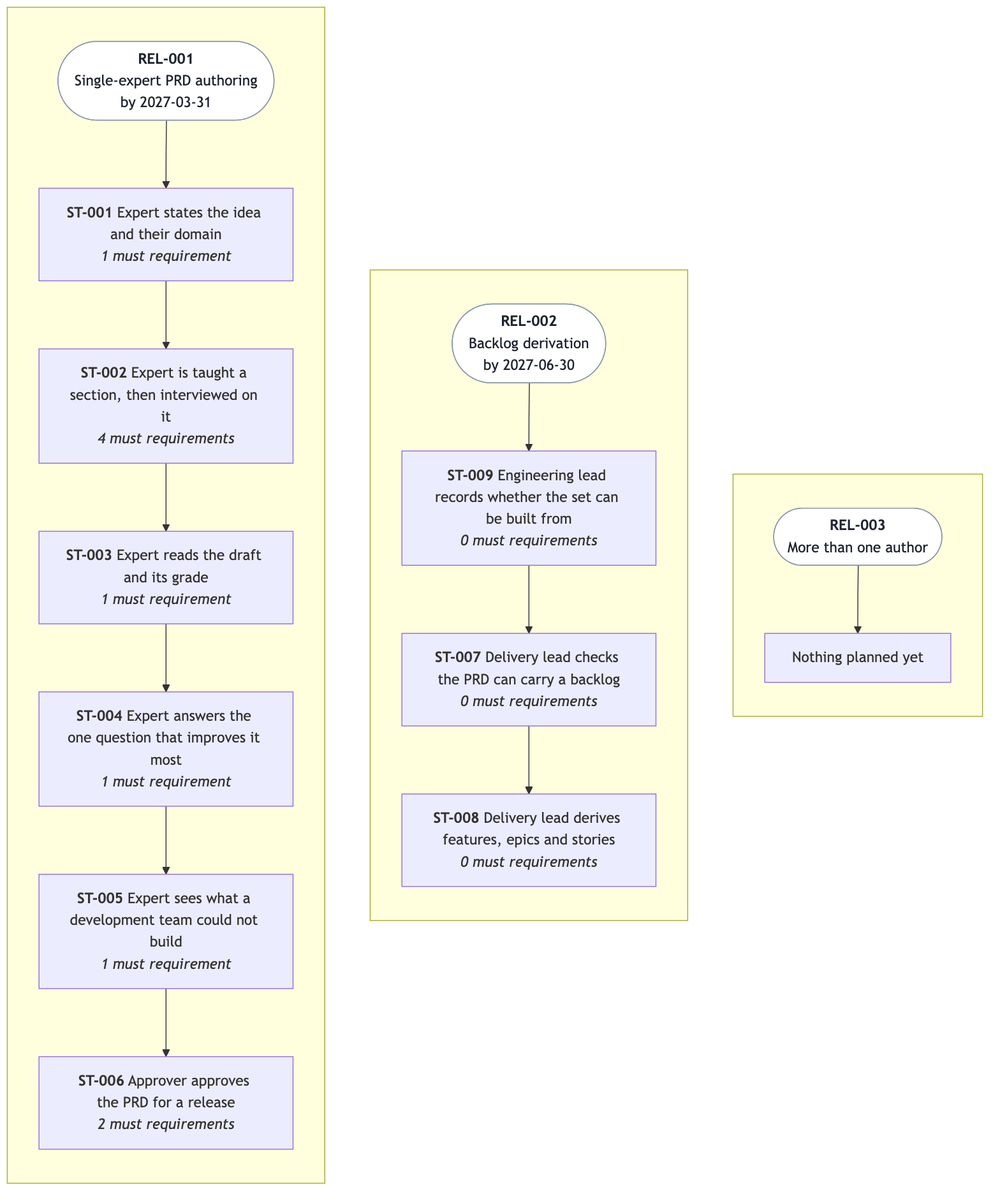
This is docs/prd/prd-forge/diagrams/release-line.png from SpillwaveSolutions/prd-forge, a Mermaid export, as it was before one commit. Its source is kept beside it as docs/prd/prd-forge/diagrams/release-line.mmd.
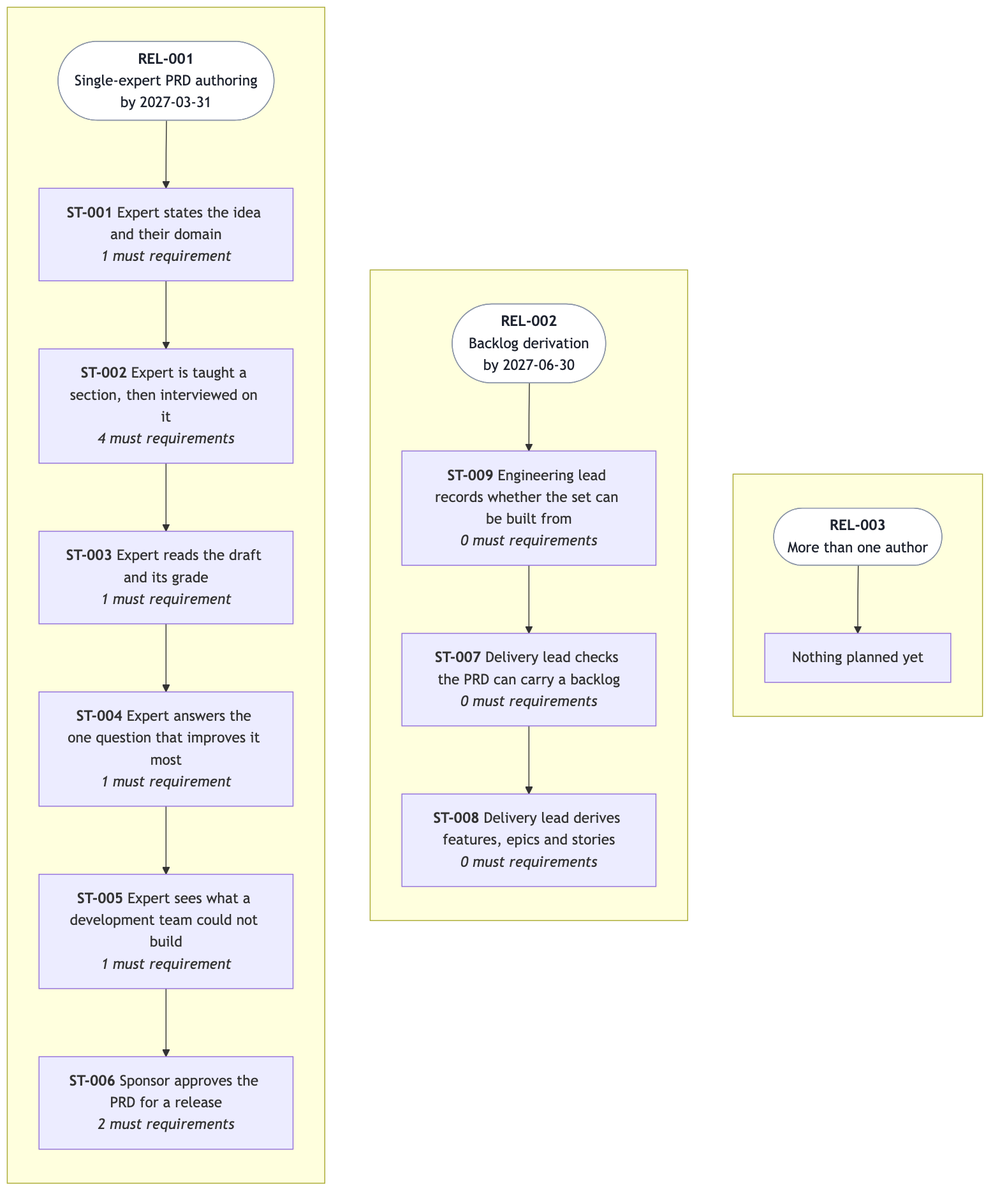
The same diagram one commit later.

The edit, as a diff of the source:
```diff
@@ -9,7 +9,7 @@
     ST003["<b>ST-003</b> Expert reads the draft and its grade<br/><i>1 must requirement</i>"]
     ST004["<b>ST-004</b> Expert answers the one question that improves it most<br/><i>1 must requirement</i>"]
     ST005["<b>ST-005</b> Expert sees what a development team could not build<br/><i>1 must requirement</i>"]
-    ST006["<b>ST-006</b> Approver approves the PRD for a release<br/><i>2 must requirements</i>"]
+    ST006["<b>ST-006</b> Sponsor approves the PRD for a release<br/><i>2 must requirements</i>"]
     ST001 --> ST002
     ST002 --> ST003
     ST003 --> ST004
```
